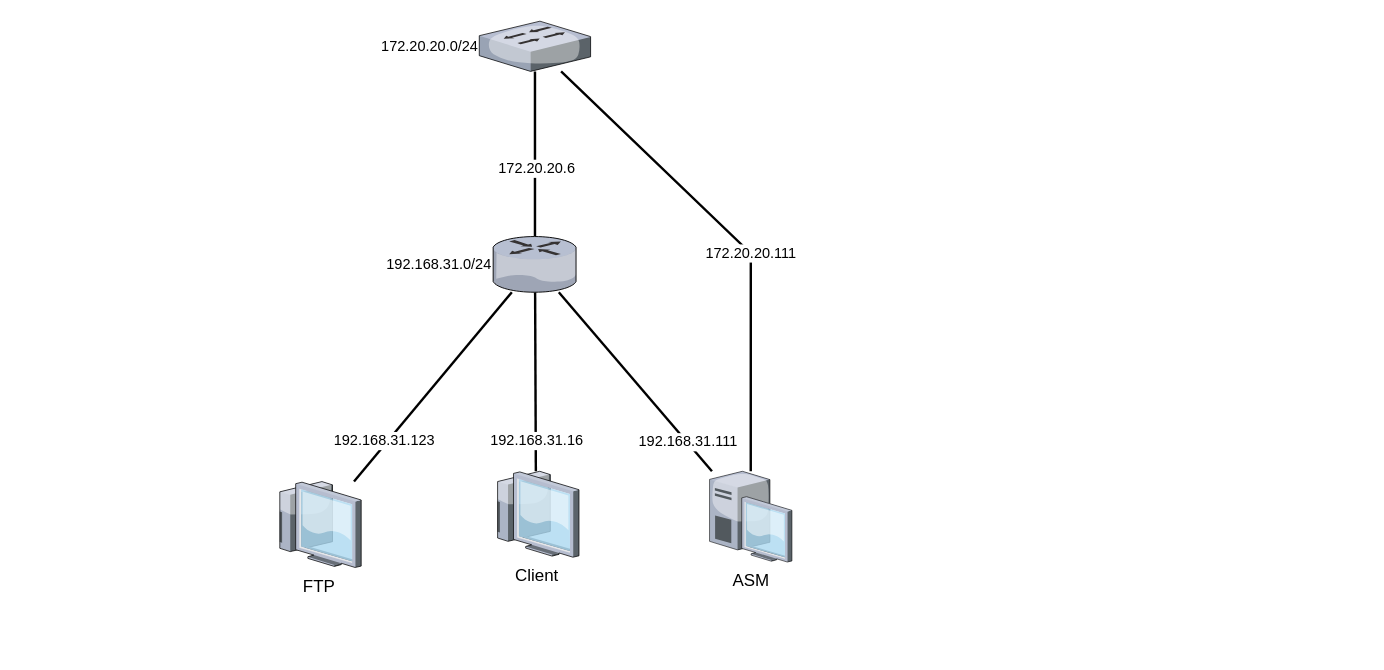
ares0516/drawio keeps this draw.io diagram as 未命名绘图.drawio. Above is the earlier version. Source tidied: cells renumbered, new cells numbered last; positions are measured from the earlier drawing's top-left corner, leaving out a move shared by most shapes. Both pictures are drawn from the tidied source at 121%, with x=0, y=0 at pixel (275, 21).
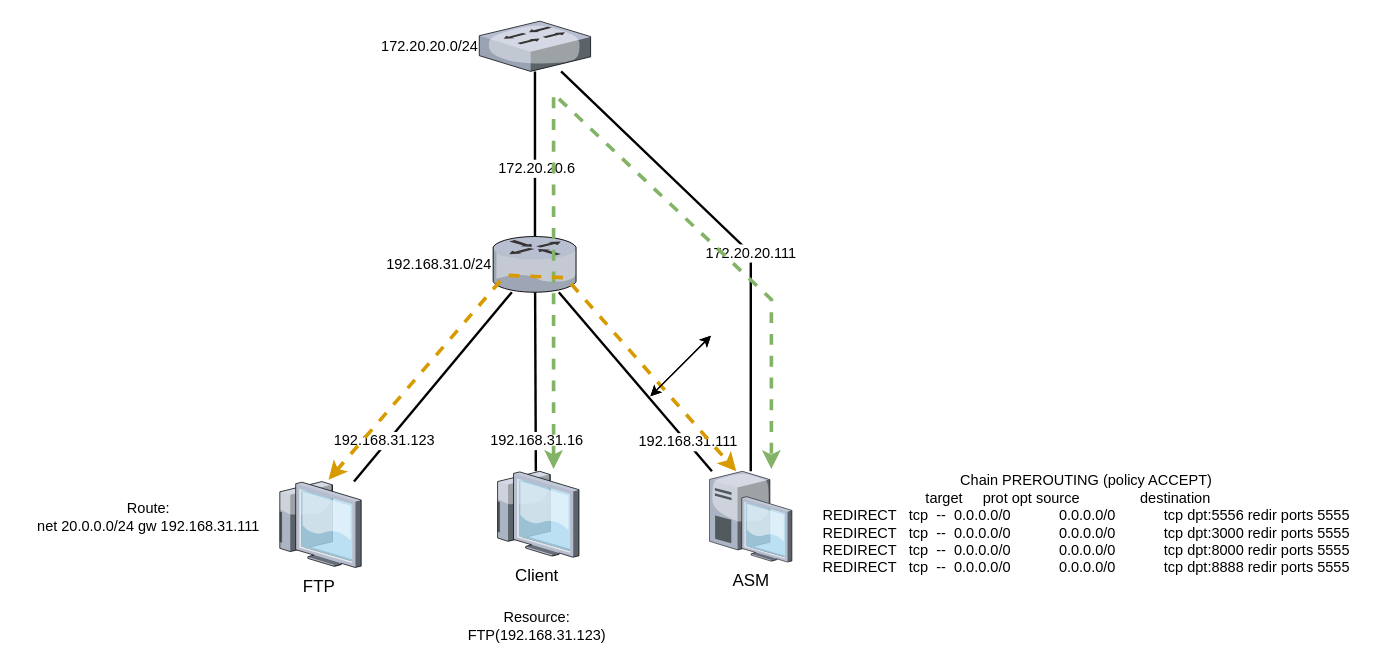
After the change.

Commit message:
更新未命名绘图.drawio

Unchanged cells that the change refers to:
```xml
<mxCell id="12" value="FTP" style="verticalLabelPosition=bottom;html=1;verticalAlign=top;strokeColor=none;shape=mxgraph.citrix.thin_client;fillColor=#66B2FF;gradientColor=#0066CC;fontSize=14;labelPosition=center;align=center;" parent="1" vertex="1">
  <mxGeometry y="380.5" width="71" height="71" as="geometry" />
</mxCell>
```

Diff of the diagram source:
```diff
@@
+    <mxCell id="17" style="endArrow=classic;html=1;rounded=0;endFill=1;startArrow=classic;startFill=1;fillColor=#d5e8d4;strokeColor=#82b366;strokeWidth=3;dashed=1;" parent="1" edge="1">
+      <mxGeometry relative="1" as="geometry">
+        <mxPoint x="230" y="370" as="sourcePoint" />
+        <mxPoint x="410" y="370" as="targetPoint" />
+        <Array as="points">
+          <mxPoint x="230" y="60" />
+          <mxPoint x="410" y="230" />
+        </Array>
+      </mxGeometry>
+    </mxCell>
+    <mxCell id="18" style="endArrow=classic;startArrow=classic;html=1;rounded=0;strokeWidth=3;exitX=0.62;exitY=-0.021;exitDx=0;exitDy=0;exitPerimeter=0;fillColor=#ffe6cc;strokeColor=#d79b00;dashed=1;startFill=1;endFill=1;" parent="1" edge="1" source="12">
+      <mxGeometry relative="1" as="geometry">
+        <mxPoint x="381" y="372" as="targetPoint" />
+        <Array as="points">
+          <mxPoint x="190" y="210" />
+          <mxPoint x="240" y="212" />
+        </Array>
+      </mxGeometry>
+    </mxCell>
+    <mxCell id="19" value="Resource:&lt;div&gt;FTP(192.168.31.123)&lt;/div&gt;" style="text;html=1;align=center;verticalAlign=middle;strokeColor=none;fillColor=none;" parent="1" vertex="1">
+      <mxGeometry x="145.5" y="480" width="140" height="40" as="geometry" />
+    </mxCell>
+    <mxCell id="20" value="Route:&lt;div&gt;net 20.0.0.0/24 gw 192.168.31.111&lt;/div&gt;" style="text;html=1;align=center;verticalAlign=middle;strokeColor=none;fillColor=none;" parent="1" vertex="1">
+      <mxGeometry x="-210" y="389.5" width="210" height="40" as="geometry" />
+    </mxCell>
+    <mxCell id="21" value="&lt;div&gt;Chain PREROUTING (policy ACCEPT)&lt;/div&gt;&lt;div&gt;target&amp;nbsp; &amp;nbsp; &amp;nbsp;prot opt source&amp;nbsp; &amp;nbsp; &amp;nbsp; &amp;nbsp; &amp;nbsp; &amp;nbsp; &amp;nbsp; &amp;nbsp;destination&amp;nbsp; &amp;nbsp; &amp;nbsp; &amp;nbsp; &amp;nbsp;&lt;/div&gt;&lt;div&gt;REDIRECT&amp;nbsp; &amp;nbsp;tcp&amp;nbsp; --&amp;nbsp; 0.0.0.0/0&amp;nbsp; &amp;nbsp; &amp;nbsp; &amp;nbsp; &amp;nbsp; &amp;nbsp; 0.0.0.0/0&amp;nbsp; &amp;nbsp; &amp;nbsp; &amp;nbsp; &amp;nbsp; &amp;nbsp; tcp dpt:5556 redir ports 5555&lt;/div&gt;&lt;div&gt;REDIRECT&amp;nbsp; &amp;nbsp;tcp&amp;nbsp; --&amp;nbsp; 0.0.0.0/0&amp;nbsp; &amp;nbsp; &amp;nbsp; &amp;nbsp; &amp;nbsp; &amp;nbsp; 0.0.0.0/0&amp;nbsp; &amp;nbsp; &amp;nbsp; &amp;nbsp; &amp;nbsp; &amp;nbsp; tcp dpt:3000 redir ports 5555&lt;/div&gt;&lt;div&gt;REDIRECT&amp;nbsp; &amp;nbsp;tcp&amp;nbsp; --&amp;nbsp; 0.0.0.0/0&amp;nbsp; &amp;nbsp; &amp;nbsp; &amp;nbsp; &amp;nbsp; &amp;nbsp; 0.0.0.0/0&amp;nbsp; &amp;nbsp; &amp;nbsp; &amp;nbsp; &amp;nbsp; &amp;nbsp; tcp dpt:8000 redir ports 5555&lt;/div&gt;&lt;div&gt;REDIRECT&amp;nbsp; &amp;nbsp;tcp&amp;nbsp; --&amp;nbsp; 0.0.0.0/0&amp;nbsp; &amp;nbsp; &amp;nbsp; &amp;nbsp; &amp;nbsp; &amp;nbsp; 0.0.0.0/0&amp;nbsp; &amp;nbsp; &amp;nbsp; &amp;nbsp; &amp;nbsp; &amp;nbsp; tcp dpt:8888 redir ports 5555&lt;/div&gt;" style="text;html=1;align=center;verticalAlign=middle;strokeColor=none;fillColor=none;" parent="1" vertex="1">
+      <mxGeometry x="440" y="366" width="460" height="100" as="geometry" />
+    </mxCell>
+    <mxCell id="22" style="endArrow=classic;startArrow=classic;html=1;rounded=0;" parent="1" edge="1">
+      <mxGeometry relative="1" as="geometry">
+        <mxPoint x="310" y="310" as="sourcePoint" />
+        <mxPoint x="360" y="260" as="targetPoint" />
+      </mxGeometry>
+    </mxCell>
+    <mxCell id="23" style="endArrow=classic;startArrow=classic;html=1;rounded=0;" parent="1" edge="1">
+      <mxGeometry relative="1" as="geometry">
+        <mxPoint x="310" y="310" as="sourcePoint" />
+        <mxPoint x="360" y="260" as="targetPoint" />
+      </mxGeometry>
+    </mxCell>
```
